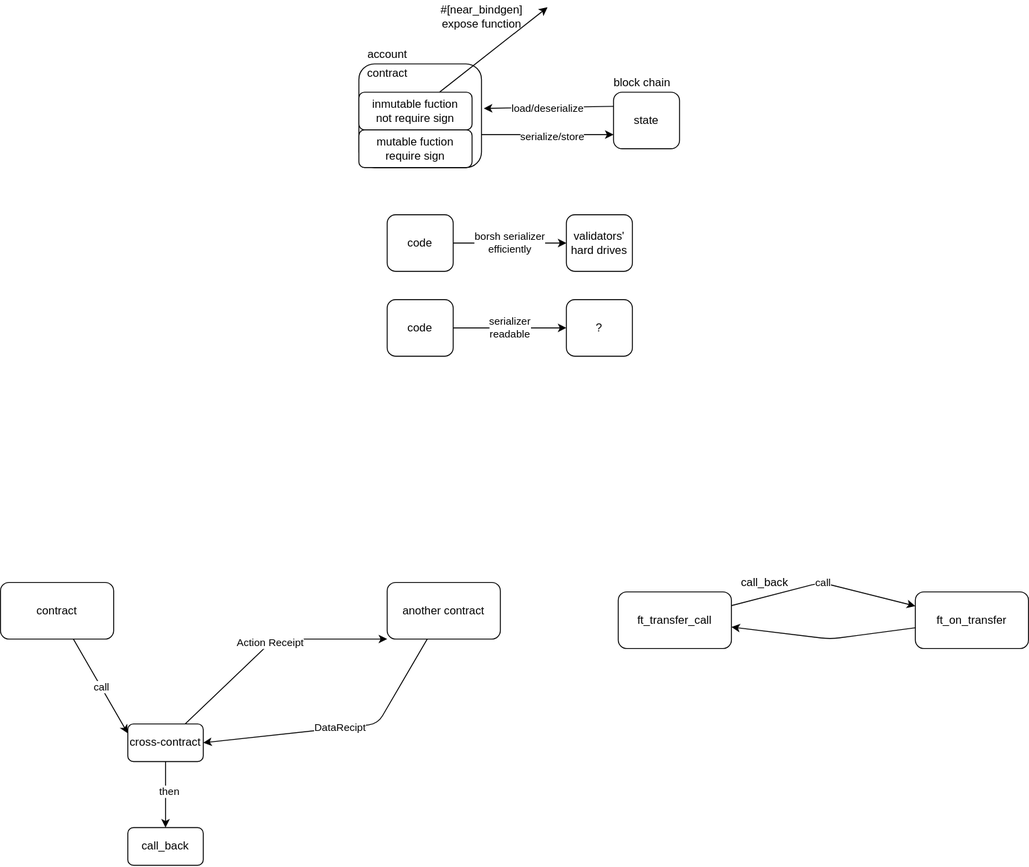
This is NEAR.drawio.svg from ryojiroakiyama/Web3Lab, a draw.io export, as it was before one commit. Source tidied: cells renumbered, new cells last; positions are measured from the earlier drawing's top-left corner, leaving out a move shared by most shapes.
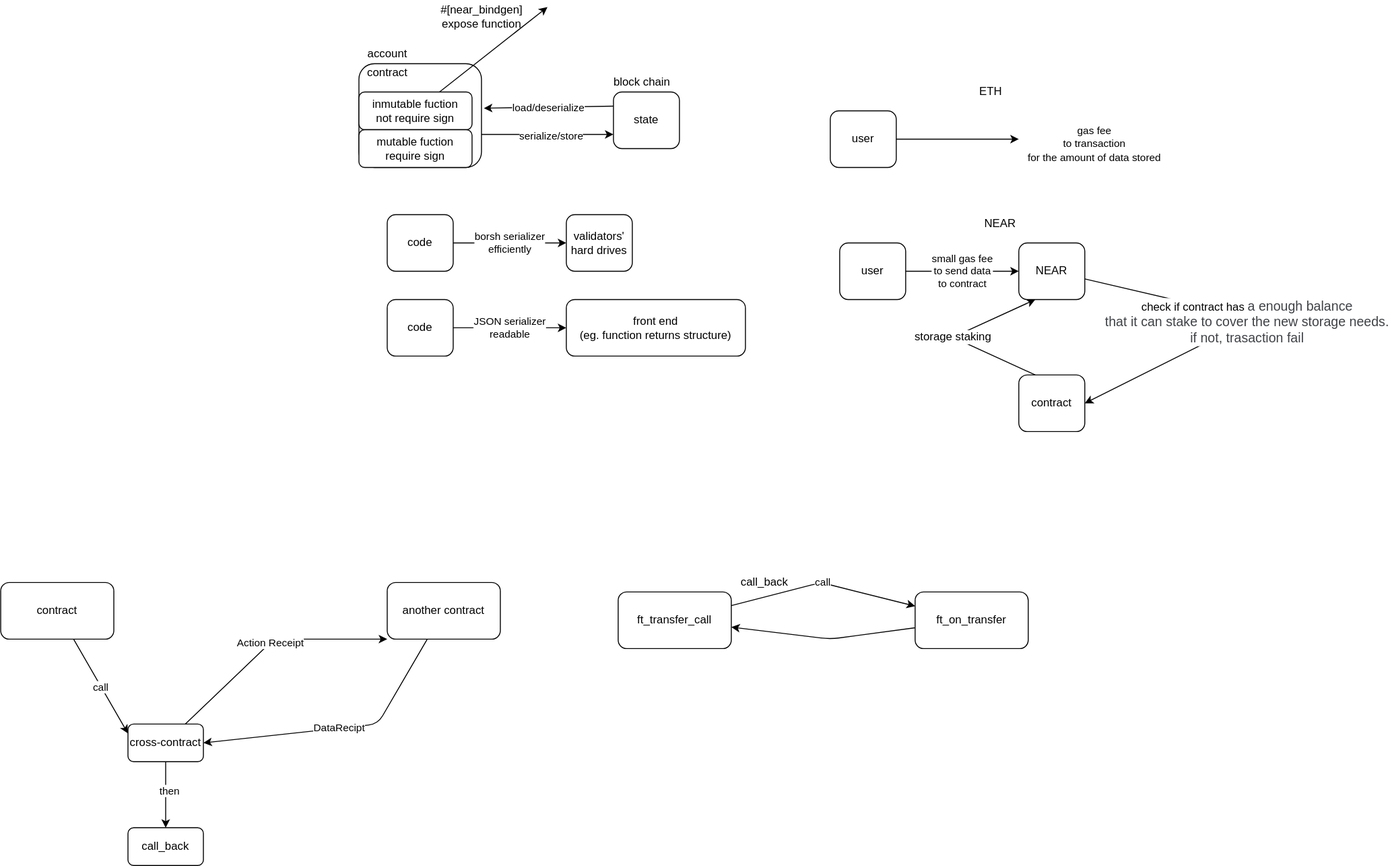
The same diagram one commit later.

Commit message:
gas fee

What changed in the source:
```diff
@@ -116,14 +116,57 @@
     <mxCell id="31" value="&lt;span style=&quot;text-align: left ; background-color: rgb(255 , 255 , 255)&quot;&gt;&lt;font style=&quot;font-size: 12px&quot;&gt;validators' hard drives&lt;/font&gt;&lt;/span&gt;" style="rounded=1;whiteSpace=wrap;html=1;strokeColor=#000000;" parent="1" vertex="1">
       <mxGeometry x="600" y="225" width="70" height="60" as="geometry" />
     </mxCell>
-    <mxCell id="32" value="serializer&lt;br&gt;readable" style="edgeStyle=none;html=1;entryX=0;entryY=0.5;entryDx=0;entryDy=0;startArrow=none;startFill=0;endArrow=classic;endFill=1;" parent="1" edge="1" source="33" target="34">
+    <mxCell id="32" value="JSON serializer&lt;br&gt;readable" style="edgeStyle=none;html=1;entryX=0;entryY=0.5;entryDx=0;entryDy=0;startArrow=none;startFill=0;endArrow=classic;endFill=1;" parent="1" edge="1" source="33" target="34">
       <mxGeometry relative="1" as="geometry" />
     </mxCell>
     <mxCell id="33" value="code" style="rounded=1;whiteSpace=wrap;html=1;" parent="1" vertex="1">
       <mxGeometry x="410" y="315" width="70" height="60" as="geometry" />
     </mxCell>
-    <mxCell id="34" value="?" style="rounded=1;whiteSpace=wrap;html=1;" parent="1" vertex="1">
-      <mxGeometry x="600" y="315" width="70" height="60" as="geometry" />
+    <mxCell id="34" value="front end&lt;br&gt;(eg. function returns structure)" style="rounded=1;whiteSpace=wrap;html=1;" parent="1" vertex="1">
+      <mxGeometry x="600" y="315" width="190" height="60" as="geometry" />
     </mxCell>
+    <mxCell id="35" style="edgeStyle=none;html=1;startArrow=none;startFill=0;endArrow=classic;endFill=1;" parent="1" edge="1" source="36">
+      <mxGeometry relative="1" as="geometry">
+        <mxPoint x="1080" y="145" as="targetPoint" />
+      </mxGeometry>
+    </mxCell>
+    <mxCell id="36" value="user" style="rounded=1;whiteSpace=wrap;html=1;" parent="1" vertex="1">
+      <mxGeometry x="880" y="115" width="70" height="60" as="geometry" />
+    </mxCell>
+    <mxCell id="37" value="ETH" style="text;html=1;align=center;verticalAlign=middle;strokeColor=none;fillColor=none;fontSize=12;fontColor=#000000;" parent="1" vertex="1">
+      <mxGeometry x="1030" y="85" width="40" height="20" as="geometry" />
+    </mxCell>
+    <mxCell id="38" value="small gas fee&lt;br&gt;to send data&lt;br&gt;to contract" style="edgeStyle=none;html=1;entryX=0;entryY=0.5;entryDx=0;entryDy=0;startArrow=none;startFill=0;endArrow=classic;endFill=1;" parent="1" edge="1" source="39" target="41">
+      <mxGeometry relative="1" as="geometry" />
+    </mxCell>
+    <mxCell id="39" value="user" style="rounded=1;whiteSpace=wrap;html=1;" parent="1" vertex="1">
+      <mxGeometry x="890" y="255" width="70" height="60" as="geometry" />
+    </mxCell>
+    <mxCell id="40" value="check if contract has&amp;nbsp;&lt;span style=&quot;color: rgb(63 , 66 , 70) ; font-family: &amp;#34;manrope&amp;#34; , sans-serif , &amp;#34;apple color emoji&amp;#34; , &amp;#34;segoe ui emoji&amp;#34; , &amp;#34;segoe ui symbol&amp;#34; ; font-size: 14px ; text-align: left&quot;&gt;a enough balance &lt;br&gt;that it can stake to cover the new storage needs.&lt;br&gt;if not, trasaction fail&lt;br&gt;&lt;/span&gt;" style="edgeStyle=none;html=1;entryX=1;entryY=0.5;entryDx=0;entryDy=0;fontSize=12;fontColor=#000000;startArrow=none;startFill=0;endArrow=classic;endFill=1;" parent="1" edge="1" source="41" target="45">
+      <mxGeometry relative="1" as="geometry">
+        <Array as="points">
+          <mxPoint x="1330" y="335" />
+        </Array>
+      </mxGeometry>
+    </mxCell>
+    <mxCell id="41" value="NEAR" style="rounded=1;whiteSpace=wrap;html=1;strokeColor=#000000;" parent="1" vertex="1">
+      <mxGeometry x="1080" y="255" width="70" height="60" as="geometry" />
+    </mxCell>
+    <mxCell id="42" value="NEAR" style="text;html=1;align=center;verticalAlign=middle;strokeColor=none;fillColor=none;fontSize=12;fontColor=#000000;" parent="1" vertex="1">
+      <mxGeometry x="1035" y="225" width="50" height="20" as="geometry" />
+    </mxCell>
+    <mxCell id="43" value="&lt;span style=&quot;font-size: 11px ; background-color: rgb(255 , 255 , 255)&quot;&gt;gas fee&lt;/span&gt;&lt;br style=&quot;font-size: 11px&quot;&gt;&lt;span style=&quot;font-size: 11px ; background-color: rgb(255 , 255 , 255)&quot;&gt;to transaction&lt;/span&gt;&lt;br style=&quot;font-size: 11px&quot;&gt;&lt;span style=&quot;font-size: 11px ; background-color: rgb(255 , 255 , 255)&quot;&gt;for the amount of data stored&lt;/span&gt;" style="text;html=1;align=center;verticalAlign=middle;strokeColor=none;fillColor=none;fontSize=12;fontColor=#000000;" parent="1" vertex="1">
+      <mxGeometry x="1080" y="125" width="160" height="50" as="geometry" />
+    </mxCell>
+    <mxCell id="44" value="storage staking" style="edgeStyle=none;html=1;fontSize=12;fontColor=#000000;startArrow=none;startFill=0;endArrow=classic;endFill=1;exitX=0.25;exitY=0;exitDx=0;exitDy=0;entryX=0.25;entryY=1;entryDx=0;entryDy=0;" parent="1" edge="1" source="45" target="41">
+      <mxGeometry relative="1" as="geometry">
+        <Array as="points">
+          <mxPoint x="1010" y="355" />
+        </Array>
+      </mxGeometry>
+    </mxCell>
+    <mxCell id="45" value="contract" style="rounded=1;whiteSpace=wrap;html=1;strokeColor=#000000;" parent="1" vertex="1">
+      <mxGeometry x="1080" y="395" width="70" height="60" as="geometry" />
+    </mxCell>
   </root>
 </mxGraphModel>
```
